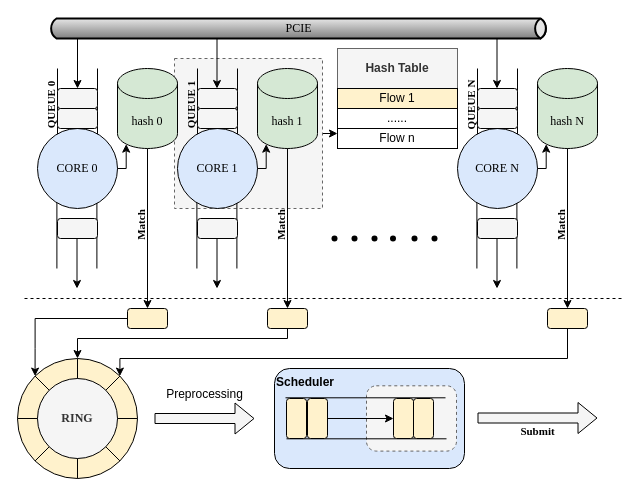
Above: page "第 1 页" (1 of 2) of DPU_flowID.drawio in CHRIS123540/GPU (draw.io), before the change. Source tidied: cells renumbered, new cells numbered last; positions are measured from the earlier drawing's top-left corner, leaving out a move shared by most shapes. Both pictures are drawn from the tidied source at 100%, with x=0, y=0 at pixel (17, 18).
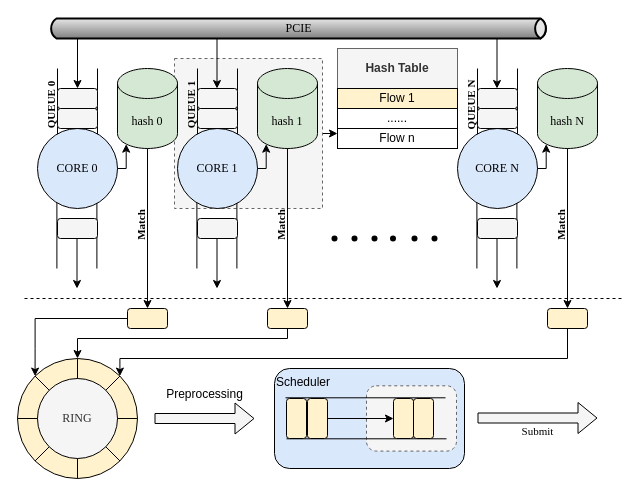
The same page after the edit.

The edit, as a diff of the source:
```diff
@@
-    <mxCell id="2" value="&lt;b&gt;Scheduler&lt;/b&gt;" style="rounded=1;whiteSpace=wrap;html=1;align=left;verticalAlign=top;fillColor=#dae8fc;strokeColor=#000000;fontStyle=0;" parent="1" vertex="1">
+    <mxCell id="2" value="Scheduler" style="rounded=1;whiteSpace=wrap;html=1;align=left;verticalAlign=top;fillColor=#dae8fc;strokeColor=#000000;fontStyle=0;" parent="1" vertex="1">
       <mxGeometry x="257" y="350" width="190" height="100" as="geometry" />
     </mxCell>
@@
-    <mxCell id="23" value="RING" style="ellipse;whiteSpace=wrap;html=1;fillColor=#f5f5f5;fontColor=#333333;strokeColor=default;labelBackgroundColor=none;fontStyle=1;fontFamily=Times New Roman;" parent="1" vertex="1">
+    <mxCell id="23" value="RING" style="ellipse;whiteSpace=wrap;html=1;fillColor=#f5f5f5;fontColor=#333333;strokeColor=default;labelBackgroundColor=none;fontStyle=0;fontFamily=Times New Roman;" parent="1" vertex="1">
       <mxGeometry x="20" y="360" width="80" height="80" as="geometry" />
     </mxCell>
@@
-    <mxCell id="77" value="Submit" style="shape=flexArrow;endArrow=classic;html=1;rounded=0;verticalAlign=top;labelBackgroundColor=none;fontStyle=1;fillColor=#f5f5f5;strokeColor=default;fontFamily=Times New Roman;" parent="1" edge="1">
+    <mxCell id="77" value="Submit" style="shape=flexArrow;endArrow=classic;html=1;rounded=0;verticalAlign=top;labelBackgroundColor=none;fontStyle=0;fillColor=#f5f5f5;strokeColor=default;fontFamily=Times New Roman;" parent="1" edge="1">
       <mxGeometry relative="1" as="geometry">
         <mxPoint x="460" y="399.5" as="sourcePoint" />
         <mxPoint x="580" y="399.5" as="targetPoint" />
       </mxGeometry>
     </mxCell>
```
